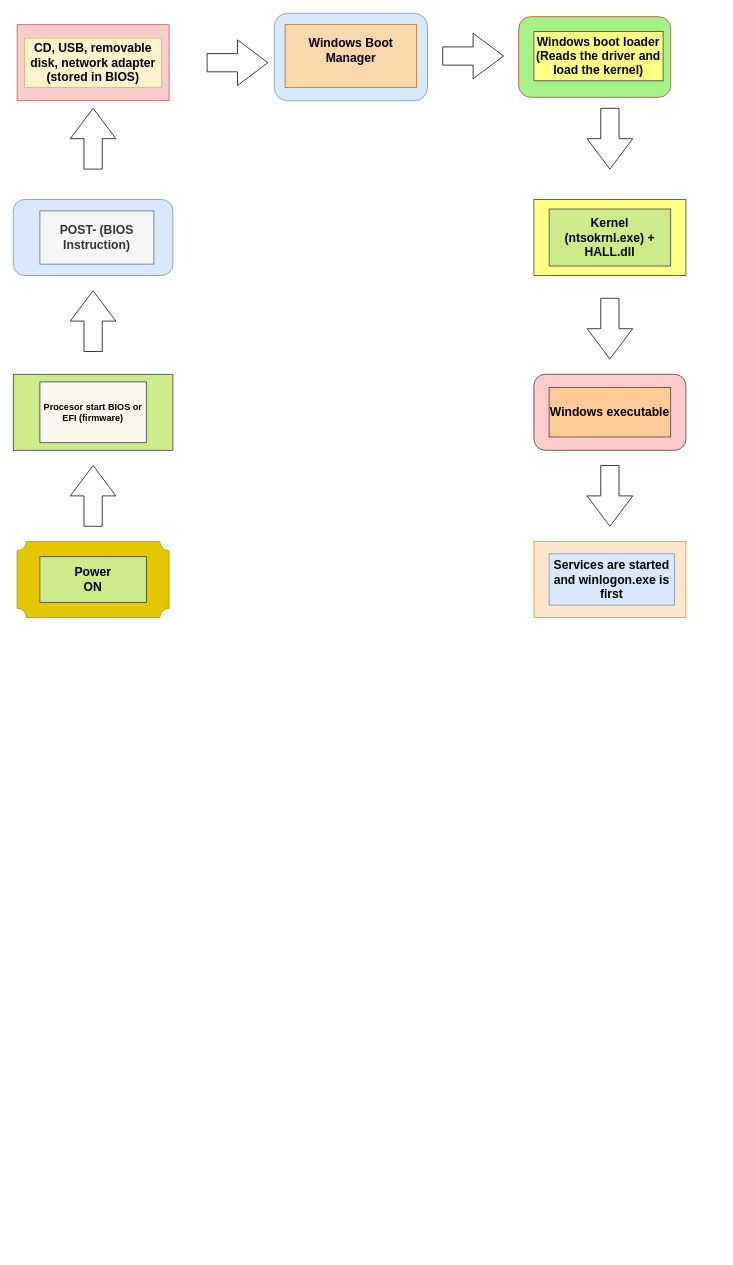
Before: Diagram Tanpa Judul.drawio in febiana0/SysOP24-3123521013, a draw.io diagram. Source tidied: cells renumbered, new cells numbered last; positions are measured from the earlier drawing's top-left corner, leaving out a move shared by most shapes. Both pictures are drawn from the tidied source at 76%, with x=0, y=0 at pixel (13, 13).
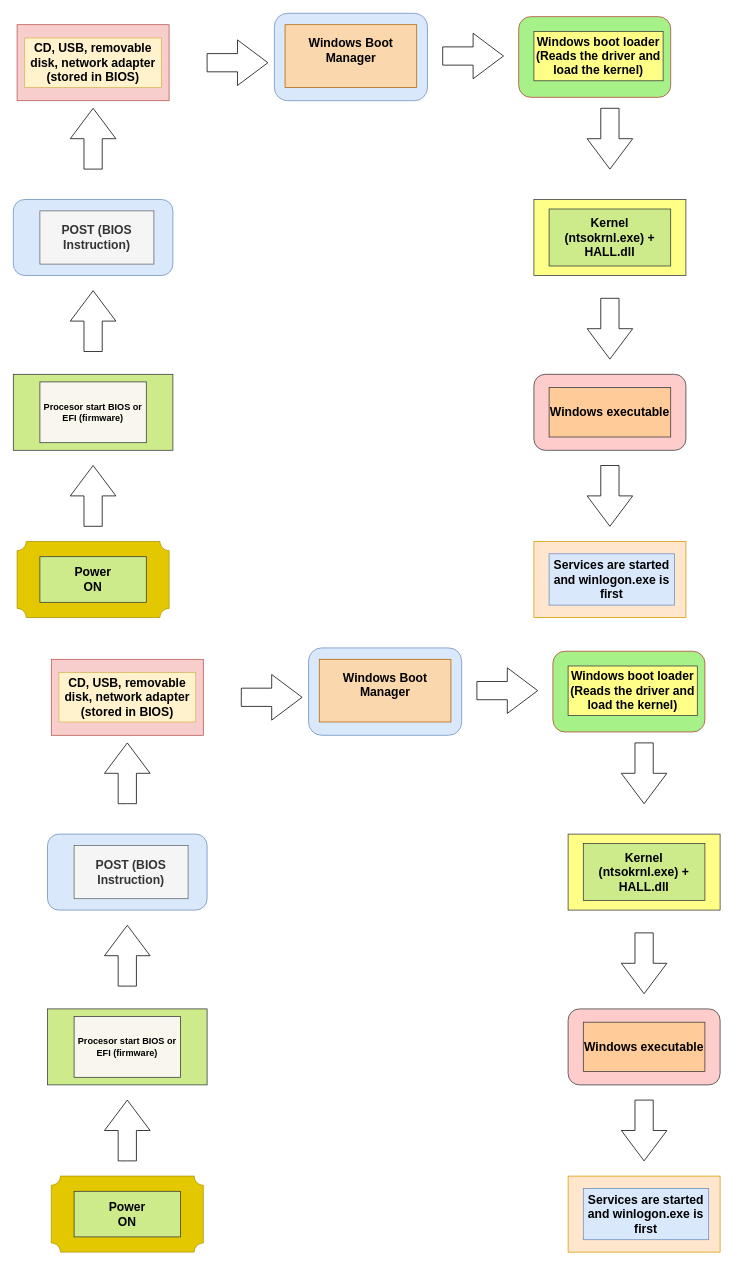
The same page after the edit.

Diff of the diagram source:
```diff
@@
-    <mxCell id="9" value="&lt;h4&gt;&lt;font style=&quot;font-size: 16px;&quot;&gt;POST- (BIOS Instruction)&lt;/font&gt;&lt;/h4&gt;" style="text;html=1;align=center;verticalAlign=middle;whiteSpace=wrap;rounded=0;fillColor=#f5f5f5;fontColor=#333333;strokeColor=#666666;" parent="1" vertex="1">
+    <mxCell id="9" value="&lt;h4&gt;&lt;font style=&quot;font-size: 16px;&quot;&gt;POST (BIOS Instruction)&lt;/font&gt;&lt;/h4&gt;" style="text;html=1;align=center;verticalAlign=middle;whiteSpace=wrap;rounded=0;fillColor=#f5f5f5;fontColor=#333333;strokeColor=#666666;" parent="1" vertex="1">
       <mxGeometry x="35" y="260" width="150" height="70" as="geometry" />
     </mxCell>
@@
+    <mxCell id="28" style="verticalLabelPosition=bottom;verticalAlign=top;html=1;shape=mxgraph.basic.plaque;dx=6;whiteSpace=wrap;fillColor=#e3c800;strokeColor=#B09500;fontColor=#000000;" parent="1" vertex="1">
+      <mxGeometry x="50" y="1530" width="200" height="100" as="geometry" />
+    </mxCell>
+    <mxCell id="29" value="&lt;h5 style=&quot;font-size: 16px;&quot;&gt;&lt;font face=&quot;Helvetica&quot;&gt;&lt;font style=&quot;font-size: 16px;&quot;&gt;Power&lt;br&gt;&lt;/font&gt;&lt;font style=&quot;font-size: 16px;&quot;&gt;ON&lt;/font&gt;&lt;/font&gt;&lt;/h5&gt;" style="text;html=1;align=center;verticalAlign=middle;whiteSpace=wrap;rounded=0;fillColor=#cdeb8b;strokeColor=#36393d;fontFamily=Georgia;" parent="1" vertex="1">
+      <mxGeometry x="80" y="1550" width="140" height="60" as="geometry" />
+    </mxCell>
+    <mxCell id="30" style="html=1;shadow=0;dashed=0;align=center;verticalAlign=middle;shape=mxgraph.arrows2.arrow;dy=0.6;dx=40;notch=0;rotation=-90;" parent="1" vertex="1">
+      <mxGeometry x="110" y="1440" width="80" height="60" as="geometry" />
+    </mxCell>
+    <mxCell id="31" style="rounded=0;whiteSpace=wrap;html=1;fillColor=#cdeb8b;strokeColor=#36393d;" parent="1" vertex="1">
+      <mxGeometry x="45" y="1310" width="210" height="100" as="geometry" />
+    </mxCell>
+    <mxCell id="32" value="&lt;h4&gt;Procesor start BIOS or EFI (firmware)&lt;/h4&gt;" style="text;html=1;align=center;verticalAlign=middle;whiteSpace=wrap;rounded=0;fillColor=#f9f7ed;strokeColor=#36393d;" parent="1" vertex="1">
+      <mxGeometry x="80" y="1320" width="140" height="80" as="geometry" />
+    </mxCell>
+    <mxCell id="33" style="html=1;shadow=0;dashed=0;align=center;verticalAlign=middle;shape=mxgraph.arrows2.arrow;dy=0.6;dx=40;notch=0;rotation=-90;" parent="1" vertex="1">
+      <mxGeometry x="110" y="1210" width="80" height="60" as="geometry" />
+    </mxCell>
+    <mxCell id="34" style="rounded=1;whiteSpace=wrap;html=1;fillColor=#dae8fc;strokeColor=#6c8ebf;" parent="1" vertex="1">
+      <mxGeometry x="45" y="1080" width="210" height="100" as="geometry" />
+    </mxCell>
+    <mxCell id="35" value="&lt;h4&gt;&lt;font style=&quot;font-size: 16px;&quot;&gt;POST (BIOS Instruction)&lt;/font&gt;&lt;/h4&gt;" style="text;html=1;align=center;verticalAlign=middle;whiteSpace=wrap;rounded=0;fillColor=#f5f5f5;fontColor=#333333;strokeColor=#666666;" parent="1" vertex="1">
+      <mxGeometry x="80" y="1095" width="150" height="70" as="geometry" />
+    </mxCell>
+    <mxCell id="36" style="html=1;shadow=0;dashed=0;align=center;verticalAlign=middle;shape=mxgraph.arrows2.arrow;dy=0.6;dx=40;notch=0;rotation=-90;" parent="1" vertex="1">
+      <mxGeometry x="110" y="970" width="80" height="60" as="geometry" />
+    </mxCell>
+    <mxCell id="37" style="rounded=0;whiteSpace=wrap;html=1;fillColor=#f8cecc;strokeColor=#b85450;" parent="1" vertex="1">
+      <mxGeometry x="50" y="850" width="200" height="100" as="geometry" />
+    </mxCell>
+    <mxCell id="38" value="&lt;h4&gt;&lt;font style=&quot;font-size: 16px;&quot;&gt;CD, USB, removable disk, network adapter (stored in BIOS)&lt;/font&gt;&lt;/h4&gt;" style="text;html=1;align=center;verticalAlign=middle;whiteSpace=wrap;rounded=0;fillColor=#fff2cc;strokeColor=#d6b656;" parent="1" vertex="1">
+      <mxGeometry x="60" y="867.5" width="180" height="65" as="geometry" />
+    </mxCell>
+    <mxCell id="39" style="html=1;shadow=0;dashed=0;align=center;verticalAlign=middle;shape=mxgraph.arrows2.arrow;dy=0.6;dx=40;notch=0;rotation=0;" parent="1" vertex="1">
+      <mxGeometry x="300" y="870" width="80" height="60" as="geometry" />
+    </mxCell>
+    <mxCell id="40" style="rounded=1;whiteSpace=wrap;html=1;fillColor=#dae8fc;strokeColor=#6c8ebf;" parent="1" vertex="1">
+      <mxGeometry x="388.5" y="835" width="201.5" height="115" as="geometry" />
+    </mxCell>
+    <mxCell id="41" value="&lt;h4&gt;&lt;font style=&quot;font-size: 16px;&quot;&gt;Windows Boot Manager&lt;/font&gt;&lt;/h4&gt;&lt;div&gt;&lt;br&gt;&lt;/div&gt;" style="text;html=1;align=center;verticalAlign=middle;whiteSpace=wrap;rounded=0;fillColor=#fad7ac;strokeColor=#b46504;" parent="1" vertex="1">
+      <mxGeometry x="402.6" y="850" width="173.2" height="82.5" as="geometry" />
+    </mxCell>
+    <mxCell id="42" style="html=1;shadow=0;dashed=0;align=center;verticalAlign=middle;shape=mxgraph.arrows2.arrow;dy=0.6;dx=40;notch=0;rotation=0;" parent="1" vertex="1">
+      <mxGeometry x="610" y="861.2" width="80" height="60" as="geometry" />
+    </mxCell>
+    <mxCell id="43" style="rounded=1;whiteSpace=wrap;html=1;fillColor=#A7F288;strokeColor=#ae4132;" parent="1" vertex="1">
+      <mxGeometry x="710" y="839.4" width="200" height="106.2" as="geometry" />
+    </mxCell>
+    <mxCell id="44" value="&lt;h4&gt;&lt;font style=&quot;font-size: 16px;&quot;&gt;Windows boot loader (Reads the driver and load the kernel)&lt;/font&gt;&lt;/h4&gt;" style="text;html=1;align=center;verticalAlign=middle;whiteSpace=wrap;rounded=0;fillColor=#ffff88;strokeColor=#36393d;" parent="1" vertex="1">
+      <mxGeometry x="730" y="858.8" width="170" height="65" as="geometry" />
+    </mxCell>
+    <mxCell id="45" style="html=1;shadow=0;dashed=0;align=center;verticalAlign=middle;shape=mxgraph.arrows2.arrow;dy=0.6;dx=40;notch=0;rotation=90;" parent="1" vertex="1">
+      <mxGeometry x="790" y="970" width="80" height="60" as="geometry" />
+    </mxCell>
+    <mxCell id="46" style="rounded=0;whiteSpace=wrap;html=1;fillColor=#ffff88;strokeColor=#36393d;" parent="1" vertex="1">
+      <mxGeometry x="730" y="1080" width="200" height="100" as="geometry" />
+    </mxCell>
+    <mxCell id="47" value="&lt;h4&gt;&lt;font style=&quot;font-size: 16px;&quot;&gt;Kernel (ntsokrnl.exe) + HALL.dll&lt;/font&gt;&lt;/h4&gt;" style="text;html=1;align=center;verticalAlign=middle;whiteSpace=wrap;rounded=0;fillColor=#cdeb8b;strokeColor=#36393d;" parent="1" vertex="1">
+      <mxGeometry x="750" y="1092.5" width="160" height="75" as="geometry" />
+    </mxCell>
+    <mxCell id="48" style="html=1;shadow=0;dashed=0;align=center;verticalAlign=middle;shape=mxgraph.arrows2.arrow;dy=0.6;dx=40;notch=0;rotation=90;" parent="1" vertex="1">
+      <mxGeometry x="790" y="1220" width="80" height="60" as="geometry" />
+    </mxCell>
+    <mxCell id="49" style="rounded=1;whiteSpace=wrap;html=1;fillColor=#ffcccc;strokeColor=#36393d;" parent="1" vertex="1">
+      <mxGeometry x="730" y="1310" width="200" height="100" as="geometry" />
+    </mxCell>
+    <mxCell id="50" value="&lt;h4&gt;&lt;font style=&quot;font-size: 16px;&quot;&gt;Windows executable&lt;/font&gt;&lt;/h4&gt;" style="text;html=1;align=center;verticalAlign=middle;whiteSpace=wrap;rounded=0;fillColor=#ffcc99;strokeColor=#36393d;" parent="1" vertex="1">
+      <mxGeometry x="750" y="1327.5" width="160" height="65" as="geometry" />
+    </mxCell>
+    <mxCell id="51" style="html=1;shadow=0;dashed=0;align=center;verticalAlign=middle;shape=mxgraph.arrows2.arrow;dy=0.6;dx=40;notch=0;rotation=90;" parent="1" vertex="1">
+      <mxGeometry x="790" y="1440" width="80" height="60" as="geometry" />
+    </mxCell>
+    <mxCell id="52" style="rounded=0;whiteSpace=wrap;html=1;fillColor=#ffe6cc;strokeColor=#d79b00;" parent="1" vertex="1">
+      <mxGeometry x="730" y="1530" width="200" height="100" as="geometry" />
+    </mxCell>
+    <mxCell id="53" value="&lt;h4&gt;&lt;font style=&quot;font-size: 16px;&quot;&gt;Services are started and winlogon.exe is first&lt;/font&gt;&lt;/h4&gt;" style="text;html=1;align=center;verticalAlign=middle;whiteSpace=wrap;rounded=0;fillColor=#dae8fc;strokeColor=#6c8ebf;" parent="1" vertex="1">
+      <mxGeometry x="750" y="1546.2" width="165" height="67.5" as="geometry" />
+    </mxCell>
```
